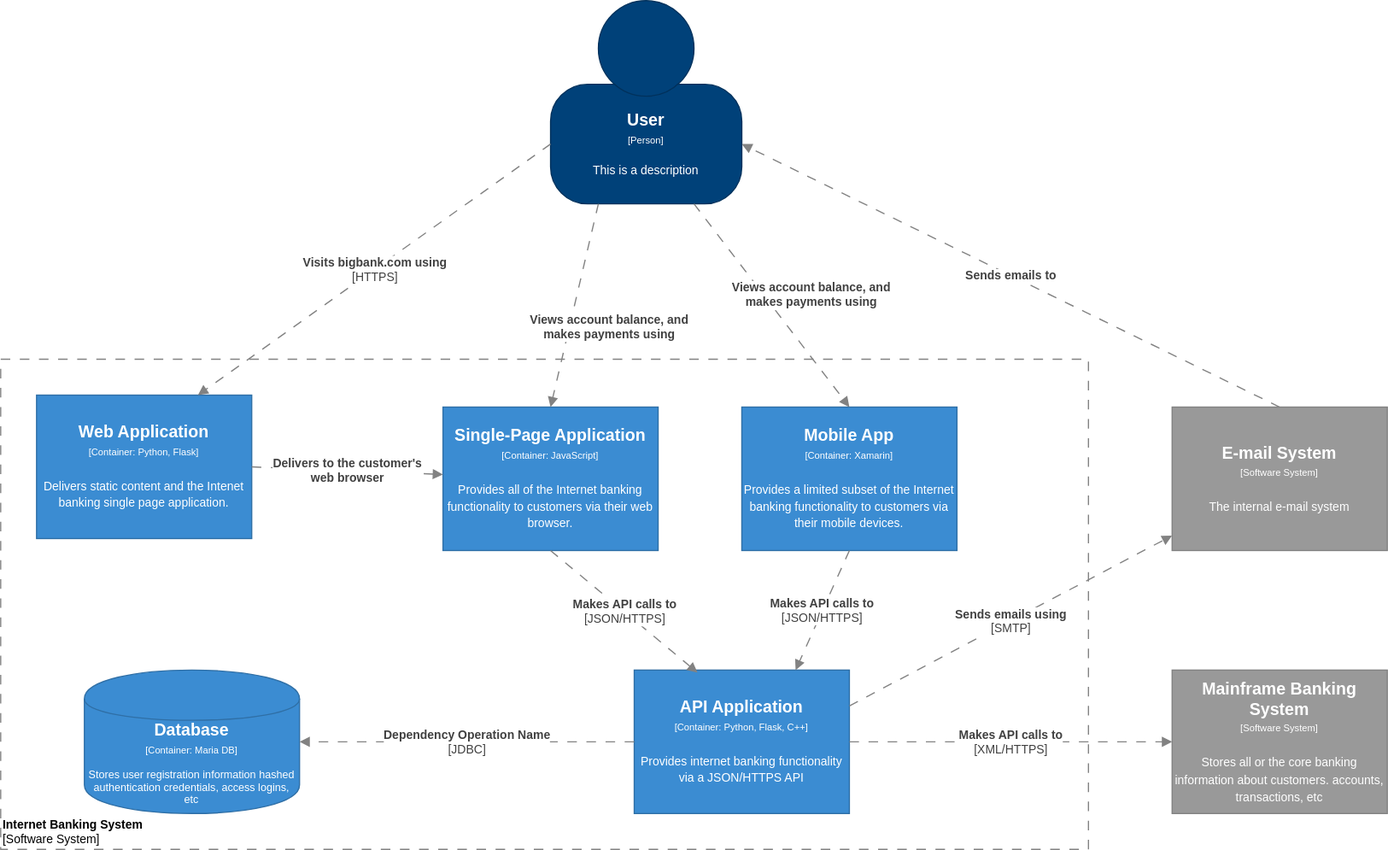
This is src/doc/container-diagram.drawio.svg from bluezephyr/c4-hacks, a draw.io export, as it was before one commit. Source tidied: cells renumbered, new cells last; positions are measured from the earlier drawing's top-left corner, leaving out a move shared by most shapes.
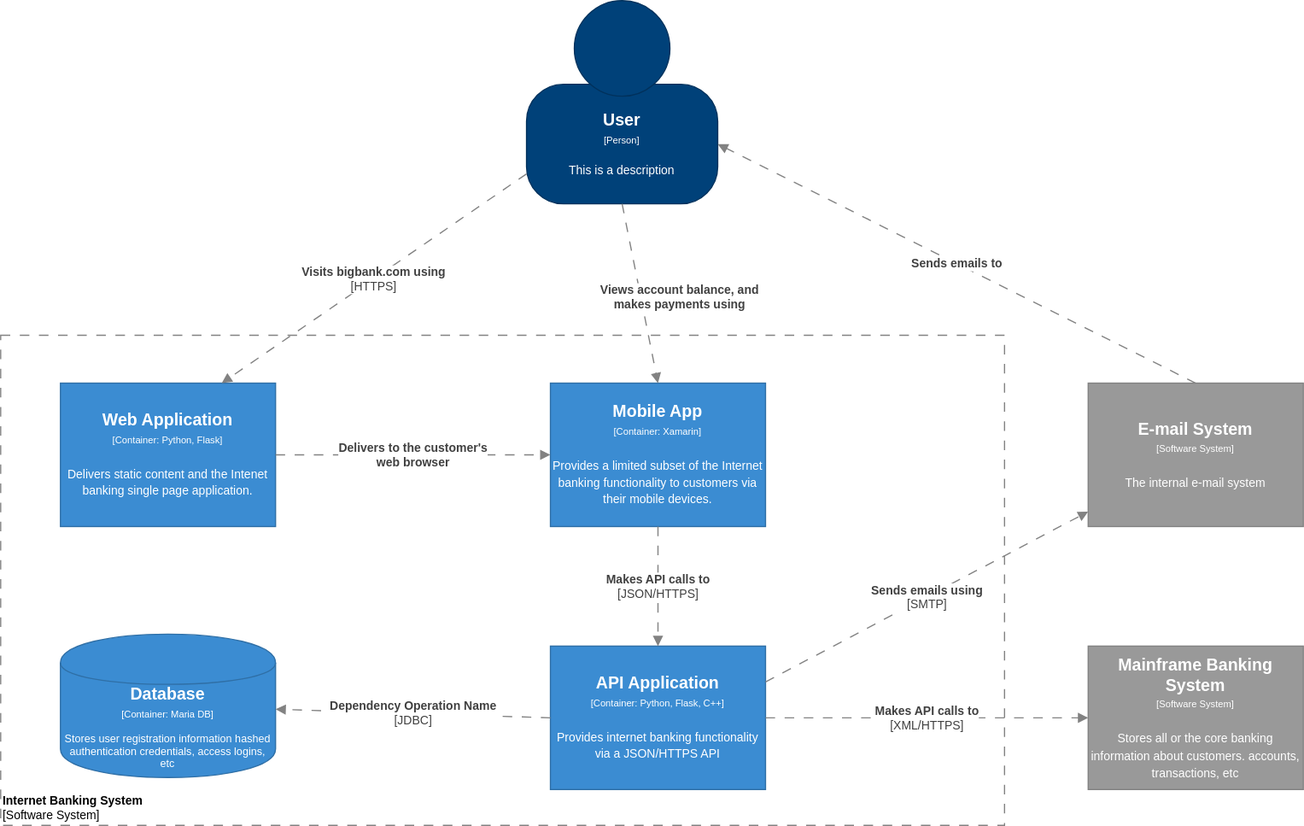
Later version of the same file.

Commit message:
Align diagram with code

What changed in the source:
```diff
@@ -4,12 +4,12 @@
     <mxCell id="1" parent="0" />
     <object id="2" label="&lt;font style=&quot;font-size: 10px&quot;&gt;&lt;b&gt;%name%&lt;/b&gt;&lt;br style=&quot;font-size: 10px&quot;&gt;[Software System]&lt;/font&gt;" name="Internet Banking System" placeholders="1">
       <mxCell style="rounded=0;whiteSpace=wrap;html=1;strokeColor=#828282;fillColor=none;fontColor=#000000;align=left;labelPosition=center;verticalLabelPosition=middle;verticalAlign=bottom;dashed=1;strokeWidth=1;perimeterSpacing=0;spacing=2;spacingTop=0;fontSize=10;dashPattern=8 8;" parent="1" vertex="1">
-        <mxGeometry y="300" width="910" height="410" as="geometry" />
+        <mxGeometry x="70" y="300" width="840" height="410" as="geometry" />
       </mxCell>
     </object>
     <object id="3" label="" instruction="edit data of the lower shape within the group" placeholders="1">
       <mxCell style="group;" parent="1" vertex="1">
-        <mxGeometry x="460" width="160" height="170" as="geometry" />
+        <mxGeometry x="510" y="20" width="160" height="170" as="geometry" />
       </mxCell>
     </object>
     <object id="4" label="&lt;div style=&quot;color: rgb(255 , 255 , 255) ; white-space: normal&quot;&gt;&lt;span style=&quot;font-size: 14px&quot;&gt;&lt;b&gt;%name%&lt;/b&gt;&lt;/span&gt;&lt;/div&gt;&lt;div style=&quot;color: rgb(255 , 255 , 255) ; white-space: normal&quot;&gt;&lt;font style=&quot;font-size: 8px&quot;&gt;[Person]&lt;/font&gt;&lt;/div&gt;&lt;div style=&quot;color: rgb(255 , 255 , 255) ; white-space: normal ; font-size: 8px&quot;&gt;&lt;span style=&quot;font-size: x-small&quot;&gt;&lt;br&gt;&lt;/span&gt;&lt;/div&gt;&lt;div style=&quot;color: rgb(255 , 255 , 255) ; white-space: normal&quot;&gt;&lt;font size=&quot;1&quot;&gt;%description%&lt;/font&gt;&lt;/div&gt;" description="This is a description" name="User" placeholders="1">
@@ -27,17 +27,12 @@
     </object>
     <object id="7" label="&lt;div&gt;&lt;span style=&quot;font-size: 14px&quot;&gt;&lt;b&gt;%name%&lt;/b&gt;&lt;/span&gt;&lt;/div&gt;&lt;div&gt;&lt;span style=&quot;font-size: 8px&quot;&gt;[Container: %technology%]&lt;/span&gt;&lt;/div&gt;&lt;div&gt;&lt;span style=&quot;font-size: 8px&quot;&gt;&lt;br&gt;&lt;/span&gt;&lt;/div&gt;&lt;div&gt;&lt;font size=&quot;1&quot;&gt;%description%&lt;/font&gt;&lt;/div&gt;" description="Delivers static content and the Intenet banking single page application." name="Web Application" placeholders="1" technology="Python, Flask">
       <mxCell style="rounded=0;whiteSpace=wrap;html=1;fillColor=#3B8CD2;fontColor=#FFFFFF;strokeColor=#2F6FA6;" parent="1" vertex="1">
-        <mxGeometry x="30" y="330" width="180" height="120" as="geometry" />
+        <mxGeometry x="120" y="340" width="180" height="120" as="geometry" />
       </mxCell>
     </object>
-    <object id="8" label="&lt;div&gt;&lt;span style=&quot;font-size: 14px&quot;&gt;&lt;b&gt;%name%&lt;/b&gt;&lt;/span&gt;&lt;/div&gt;&lt;div&gt;&lt;span style=&quot;font-size: 8px&quot;&gt;[Container: %technology%]&lt;/span&gt;&lt;/div&gt;&lt;div&gt;&lt;span style=&quot;font-size: 8px&quot;&gt;&lt;br&gt;&lt;/span&gt;&lt;/div&gt;&lt;div&gt;&lt;font size=&quot;1&quot;&gt;%description%&lt;/font&gt;&lt;/div&gt;" description="Provides all of the Internet banking functionality to customers via their web browser." name="Single-Page Application" placeholders="1" technology="JavaScript">
-      <mxCell style="rounded=0;whiteSpace=wrap;html=1;fillColor=#3B8CD2;fontColor=#FFFFFF;strokeColor=#2F6FA6;" parent="1" vertex="1">
-        <mxGeometry x="370" y="340" width="180" height="120" as="geometry" />
-      </mxCell>
-    </object>
     <object id="9" label="&lt;div&gt;&lt;span style=&quot;font-size: 14px&quot;&gt;&lt;b&gt;%name%&lt;/b&gt;&lt;/span&gt;&lt;/div&gt;&lt;div&gt;&lt;span style=&quot;font-size: 8px&quot;&gt;[Container: %technology%]&lt;/span&gt;&lt;/div&gt;&lt;div&gt;&lt;span style=&quot;font-size: 8px&quot;&gt;&lt;br&gt;&lt;/span&gt;&lt;/div&gt;&lt;div&gt;&lt;font size=&quot;1&quot;&gt;%description%&lt;/font&gt;&lt;/div&gt;" description="Provides a limited subset of the Internet banking functionality to customers via their mobile devices." name="Mobile App" placeholders="1" technology="Xamarin">
       <mxCell style="rounded=0;whiteSpace=wrap;html=1;fillColor=#3B8CD2;fontColor=#FFFFFF;strokeColor=#2F6FA6;" parent="1" vertex="1">
-        <mxGeometry x="620" y="340" width="180" height="120" as="geometry" />
+        <mxGeometry x="530" y="340" width="180" height="120" as="geometry" />
       </mxCell>
     </object>
     <object id="10" label="&lt;div&gt;&lt;span style=&quot;font-size: 14px&quot;&gt;&lt;b&gt;%name%&lt;/b&gt;&lt;/span&gt;&lt;/div&gt;&lt;div&gt;&lt;span style=&quot;font-size: 8px&quot;&gt;[Container: %technology%]&lt;/span&gt;&lt;/div&gt;&lt;div&gt;&lt;span style=&quot;font-size: 8px&quot;&gt;&lt;br&gt;&lt;/span&gt;&lt;/div&gt;&lt;div&gt;&lt;font size=&quot;1&quot;&gt;%description%&lt;/font&gt;&lt;/div&gt;" description="Provides internet banking functionality via a JSON/HTTPS API" name="API Application" placeholders="1" technology="Python, Flask, C++">
@@ -46,23 +41,18 @@
       </mxCell>
     </object>
     <object id="11" label="&lt;b&gt;%name%&lt;/b&gt;&lt;br style=&quot;font-size: 10px&quot;&gt;" name="Delivers to the customer's &#10;web browser" placeholders="1" technology="">
-      <mxCell style="endArrow=block;html=1;fontSize=10;fontColor=#404040;strokeWidth=1;endFill=1;dashed=1;dashPattern=8 8;strokeColor=#828282;elbow=vertical;exitX=1;exitY=0.5;exitDx=0;exitDy=0;" parent="1" edge="1" source="7" target="8">
+      <mxCell style="endArrow=block;html=1;fontSize=10;fontColor=#404040;strokeWidth=1;endFill=1;dashed=1;dashPattern=8 8;strokeColor=#828282;elbow=vertical;exitX=1;exitY=0.5;exitDx=0;exitDy=0;" parent="1" edge="1" source="7" target="9">
         <mxGeometry relative="1" as="geometry" />
       </mxCell>
     </object>
-    <object id="12" label="&lt;b&gt;%name%&lt;/b&gt;&lt;br style=&quot;font-size: 10px&quot;&gt;[%technology%]" name="Makes API calls to" placeholders="1" technology="JSON/HTTPS">
-      <mxCell style="endArrow=block;html=1;fontSize=10;fontColor=#404040;strokeWidth=1;endFill=1;dashed=1;dashPattern=8 8;strokeColor=#828282;elbow=vertical;exitX=0.5;exitY=1;exitDx=0;exitDy=0;entryX=0.294;entryY=0.017;entryDx=0;entryDy=0;entryPerimeter=0;" parent="1" edge="1" source="8" target="10">
-        <mxGeometry relative="1" as="geometry" />
-      </mxCell>
-    </object>
     <object id="13" label="&lt;b&gt;%name%&lt;/b&gt;&lt;br style=&quot;font-size: 10px&quot;&gt;[%technology%]" name="Makes API calls to" placeholders="1" technology="JSON/HTTPS">
-      <mxCell style="endArrow=block;html=1;fontSize=10;fontColor=#404040;strokeWidth=1;endFill=1;dashed=1;dashPattern=8 8;strokeColor=#828282;elbow=vertical;exitX=0.5;exitY=1;exitDx=0;exitDy=0;entryX=0.75;entryY=0;entryDx=0;entryDy=0;" parent="1" edge="1" source="9" target="10">
+      <mxCell style="endArrow=block;html=1;fontSize=10;fontColor=#404040;strokeWidth=1;endFill=1;dashed=1;dashPattern=8 8;strokeColor=#828282;elbow=vertical;exitX=0.5;exitY=1;exitDx=0;exitDy=0;" parent="1" edge="1" source="9" target="10">
         <mxGeometry relative="1" as="geometry" />
       </mxCell>
     </object>
     <object id="14" label="&lt;div style=&quot;color: rgb(255 , 255 , 255) ; white-space: normal&quot;&gt;&lt;span style=&quot;font-size: 14px&quot;&gt;&lt;b&gt;%name%&lt;/b&gt;&lt;/span&gt;&lt;/div&gt;&lt;div style=&quot;color: rgb(255 , 255 , 255) ; font-size: 12px ; white-space: normal&quot;&gt;&lt;font style=&quot;font-size: 8px&quot;&gt;[Container: %technology%]&lt;/font&gt;&lt;/div&gt;&lt;div style=&quot;color: rgb(255 , 255 , 255) ; white-space: normal ; font-size: 8px&quot;&gt;&lt;font style=&quot;line-height: 9.6px&quot;&gt;&lt;br&gt;&lt;/font&gt;&lt;/div&gt;&lt;div style=&quot;color: rgb(255 , 255 , 255) ; white-space: normal&quot;&gt;%description%&lt;/div&gt;" description="Stores user registration information hashed authentication credentials, access logins, etc" name="Database" placeholders="1" technology="Maria DB">
       <mxCell style="shape=cylinder;whiteSpace=wrap;html=1;boundedLbl=1;backgroundOutline=1;strokeColor=#2F6FA6;strokeWidth=1;fillColor=#3B8CD2;fontSize=9;fontColor=#000000;align=center;" parent="1" vertex="1">
-        <mxGeometry x="70" y="560" width="180" height="120" as="geometry" />
+        <mxGeometry x="120" y="550" width="180" height="120" as="geometry" />
       </mxCell>
     </object>
     <object id="15" label="&lt;b&gt;%name%&lt;/b&gt;&lt;br style=&quot;font-size: 10px&quot;&gt;[%technology%]" name="Dependency Operation Name" placeholders="1" technology="JDBC">
@@ -71,15 +61,10 @@
       </mxCell>
     </object>
     <object id="16" label="&lt;b&gt;%name%&lt;/b&gt;&lt;br style=&quot;font-size: 10px&quot;&gt;[%technology%]" name="Visits bigbank.com using" placeholders="1" technology="HTTPS">
-      <mxCell style="endArrow=block;html=1;fontSize=10;fontColor=#404040;strokeWidth=1;endFill=1;dashed=1;dashPattern=8 8;strokeColor=#828282;elbow=vertical;exitX=0;exitY=0.5;exitDx=0;exitDy=0;entryX=0.75;entryY=0;entryDx=0;entryDy=0;" parent="1" edge="1" source="4" target="7">
+      <mxCell style="endArrow=block;html=1;fontSize=10;fontColor=#404040;strokeWidth=1;endFill=1;dashed=1;dashPattern=8 8;strokeColor=#828282;elbow=vertical;exitX=0;exitY=0.75;exitDx=0;exitDy=0;entryX=0.75;entryY=0;entryDx=0;entryDy=0;" parent="1" edge="1" source="4" target="7">
         <mxGeometry relative="1" as="geometry" />
       </mxCell>
     </object>
-    <object id="17" label="&lt;b&gt;%name%&lt;/b&gt;" name="Views account balance, and &#10;makes payments using" placeholders="1">
-      <mxCell style="endArrow=block;html=1;fontSize=10;fontColor=#404040;strokeWidth=1;endFill=1;dashed=1;dashPattern=8 8;strokeColor=#828282;elbow=vertical;exitX=0.25;exitY=1;exitDx=0;exitDy=0;entryX=0.5;entryY=0;entryDx=0;entryDy=0;" parent="1" edge="1" source="4" target="8">
-        <mxGeometry x="0.13" y="32" relative="1" as="geometry" />
-      </mxCell>
-    </object>
     <object id="18" label="&lt;b&gt;%name%&lt;/b&gt;&lt;br style=&quot;font-size: 10px&quot;&gt;[%technology%]" name="Sends emails using" placeholders="1" technology="SMTP">
       <mxCell style="endArrow=block;html=1;fontSize=10;fontColor=#404040;strokeWidth=1;endFill=1;dashed=1;dashPattern=8 8;strokeColor=#828282;elbow=vertical;exitX=1;exitY=0.25;exitDx=0;exitDy=0;" parent="1" edge="1" source="10" target="6">
         <mxGeometry relative="1" as="geometry" />
@@ -101,7 +86,7 @@
       </mxCell>
     </object>
     <object id="22" label="&lt;b&gt;%name%&lt;/b&gt;" name="Views account balance, and &#10;makes payments using" placeholders="1">
-      <mxCell style="endArrow=block;html=1;fontSize=10;fontColor=#404040;strokeWidth=1;endFill=1;dashed=1;dashPattern=8 8;strokeColor=#828282;elbow=vertical;exitX=0.75;exitY=1;exitDx=0;exitDy=0;entryX=0.5;entryY=0;entryDx=0;entryDy=0;" parent="1" edge="1" source="4" target="9">
+      <mxCell style="endArrow=block;html=1;fontSize=10;fontColor=#404040;strokeWidth=1;endFill=1;dashed=1;dashPattern=8 8;strokeColor=#828282;elbow=vertical;exitX=0.5;exitY=1;exitDx=0;exitDy=0;entryX=0.5;entryY=0;entryDx=0;entryDy=0;" parent="1" edge="1" source="4" target="9">
         <mxGeometry x="0.13" y="32" relative="1" as="geometry" />
       </mxCell>
     </object>
```
